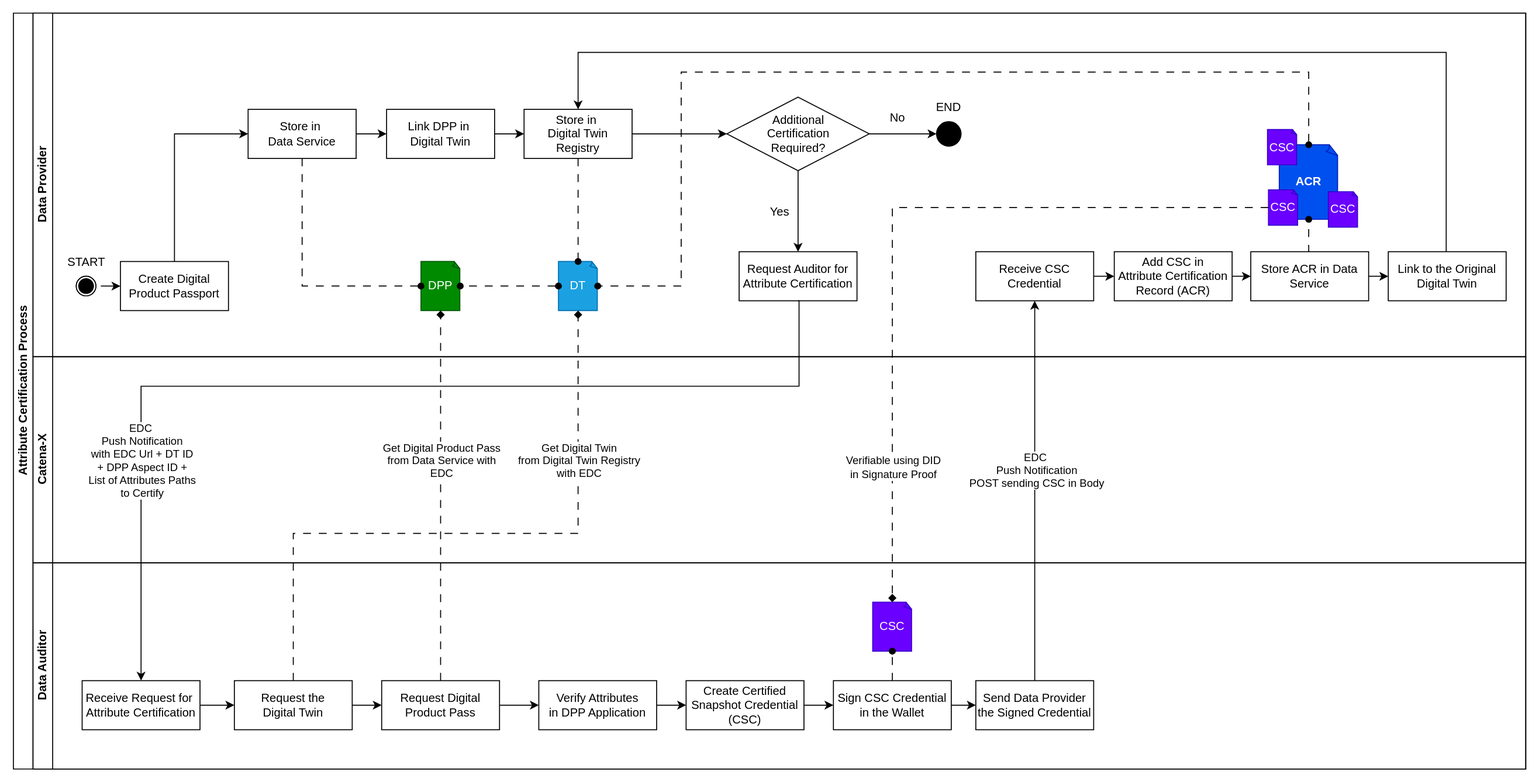
eclipse-tractusx/digital-product-pass keeps this draw.io diagram as dpp-verification/resources/processes/csc-workflow.svg. Above is the earlier version. Source tidied: cells renumbered, new cells last; positions are measured from the earlier drawing's top-left corner, leaving out a move shared by most shapes.
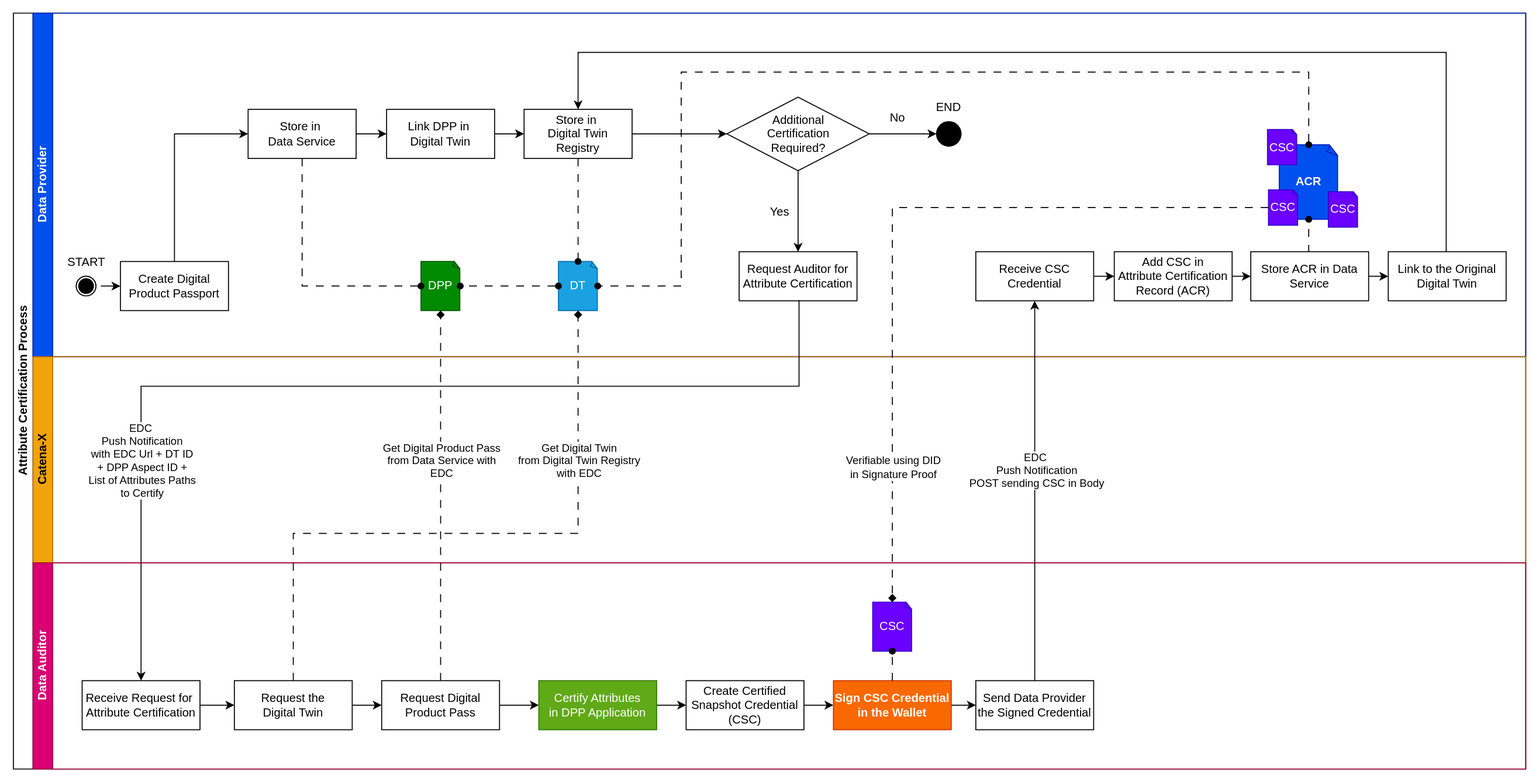
The same file after the commit.

Change to the diagram source:
```diff
@@ -5,7 +5,7 @@
     <mxCell id="2" value="Attribute Certification Process" style="swimlane;html=1;horizontal=0;startSize=20;" parent="1" vertex="1">
       <mxGeometry width="1540" height="770" as="geometry" />
     </mxCell>
-    <mxCell id="3" value="Data Provider" style="swimlane;html=1;startSize=20;horizontal=0;" parent="2" vertex="1">
+    <mxCell id="3" value="Data Provider" style="swimlane;html=1;startSize=20;horizontal=0;fillColor=#0050ef;fontColor=#ffffff;strokeColor=#001DBC;" parent="2" vertex="1">
       <mxGeometry x="20" width="1520" height="350" as="geometry" />
     </mxCell>
     <mxCell id="4" style="edgeStyle=orthogonalEdgeStyle;rounded=0;jettySize=auto;html=1;exitX=0.5;exitY=0;exitDx=0;exitDy=0;entryX=0;entryY=0.5;entryDx=0;entryDy=0;" parent="3" edge="1" source="5" target="16">
@@ -141,7 +141,7 @@
     <mxCell id="43" style="shape=ellipse;html=1;dashed=0;whiteSpace=wrap;perimeter=ellipsePerimeter;fillColor=#000000;strokeColor=default;" parent="3" vertex="1">
       <mxGeometry x="46.5" y="270.5" width="15" height="15" as="geometry" />
     </mxCell>
-    <mxCell id="44" value="Catena-X" style="swimlane;html=1;startSize=20;horizontal=0;" parent="2" vertex="1">
+    <mxCell id="44" value="Catena-X" style="swimlane;html=1;startSize=20;horizontal=0;fillColor=#f0a30a;fontColor=#000000;strokeColor=#BD7000;" parent="2" vertex="1">
       <mxGeometry x="20" y="350" width="1520" height="210" as="geometry" />
     </mxCell>
     <mxCell id="45" style="edgeStyle=orthogonalEdgeStyle;rounded=0;jettySize=auto;html=1;exitX=0.5;exitY=1;exitDx=0;exitDy=0;entryX=0.5;entryY=0;entryDx=0;entryDy=0;" parent="2" edge="1" source="18" target="49">
@@ -157,7 +157,7 @@
         <mxPoint x="-160" y="78" as="offset" />
       </mxGeometry>
     </mxCell>
-    <mxCell id="47" value="Data Auditor" style="swimlane;html=1;startSize=20;horizontal=0;" parent="2" vertex="1">
+    <mxCell id="47" value="Data Auditor" style="swimlane;html=1;startSize=20;horizontal=0;fillColor=#d80073;fontColor=#ffffff;strokeColor=#A50040;" parent="2" vertex="1">
       <mxGeometry x="20" y="560" width="1520" height="210" as="geometry" />
     </mxCell>
     <mxCell id="48" style="edgeStyle=orthogonalEdgeStyle;rounded=0;jettySize=auto;html=1;exitX=1;exitY=0.5;exitDx=0;exitDy=0;entryX=0;entryY=0.5;entryDx=0;entryDy=0;" parent="47" edge="1" source="49" target="51">
@@ -181,7 +181,7 @@
     <mxCell id="54" style="edgeStyle=orthogonalEdgeStyle;rounded=0;jettySize=auto;html=1;exitX=1;exitY=0.5;exitDx=0;exitDy=0;entryX=0;entryY=0.5;entryDx=0;entryDy=0;" parent="47" edge="1" source="55" target="57">
       <mxGeometry relative="1" as="geometry" />
     </mxCell>
-    <mxCell id="55" value="Verify Attributes&lt;div&gt;in DPP Application&lt;/div&gt;" style="html=1;whiteSpace=wrap;" parent="47" vertex="1">
+    <mxCell id="55" value="Certify Attributes&lt;div&gt;in DPP Application&lt;/div&gt;" style="html=1;whiteSpace=wrap;fillColor=#60a917;strokeColor=#2D7600;fontColor=#ffffff;" parent="47" vertex="1">
       <mxGeometry x="515" y="120" width="120" height="50" as="geometry" />
     </mxCell>
     <mxCell id="56" style="edgeStyle=orthogonalEdgeStyle;rounded=0;jettySize=auto;html=1;exitX=1;exitY=0.5;exitDx=0;exitDy=0;" parent="47" edge="1" source="57" target="59">
@@ -193,7 +193,7 @@
     <mxCell id="58" style="edgeStyle=orthogonalEdgeStyle;rounded=0;jettySize=auto;html=1;exitX=1;exitY=0.5;exitDx=0;exitDy=0;startArrow=none;startFill=0;" parent="47" edge="1" source="59" target="62">
       <mxGeometry relative="1" as="geometry" />
     </mxCell>
-    <mxCell id="59" value="Sign CSC Credential in the Wallet" style="html=1;whiteSpace=wrap;" parent="47" vertex="1">
+    <mxCell id="59" value="Sign CSC Credential in the Wallet" style="html=1;whiteSpace=wrap;fillColor=#fa6800;fontColor=#FFFFFF;strokeColor=#C73500;fontStyle=1;" parent="47" vertex="1">
       <mxGeometry x="815" y="120" width="120" height="50" as="geometry" />
     </mxCell>
     <mxCell id="60" value="CSC" style="whiteSpace=wrap;html=1;shape=mxgraph.basic.document;fillColor=#6a00ff;fontColor=#ffffff;strokeColor=#3700CC;" parent="47" vertex="1">
```
